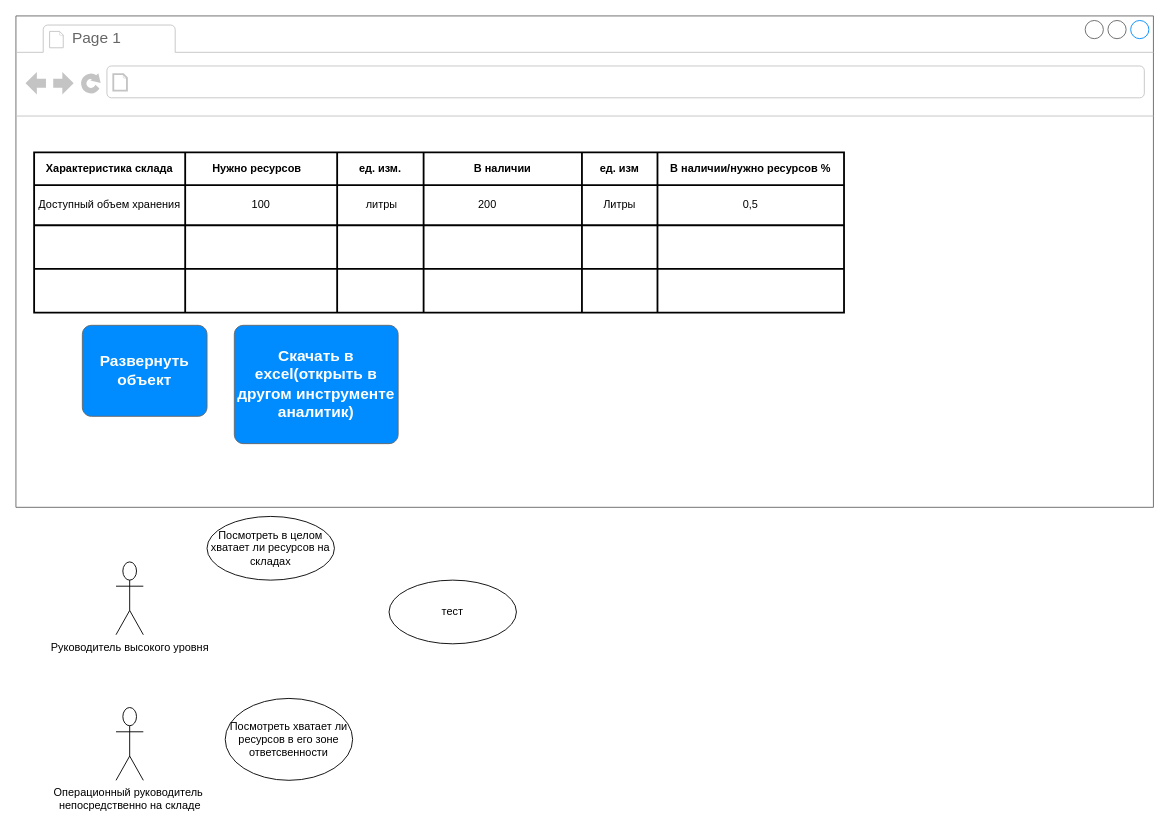
Above: Монитор склада.drawio.xml in AntonKoltsov85/Schemes (draw.io), before the change. Source tidied: cells renumbered, new cells numbered last; positions are measured from the earlier drawing's top-left corner, leaving out a move shared by most shapes. Both pictures are drawn from the tidied source at 91%, with x=0, y=0 at pixel (15, 15).
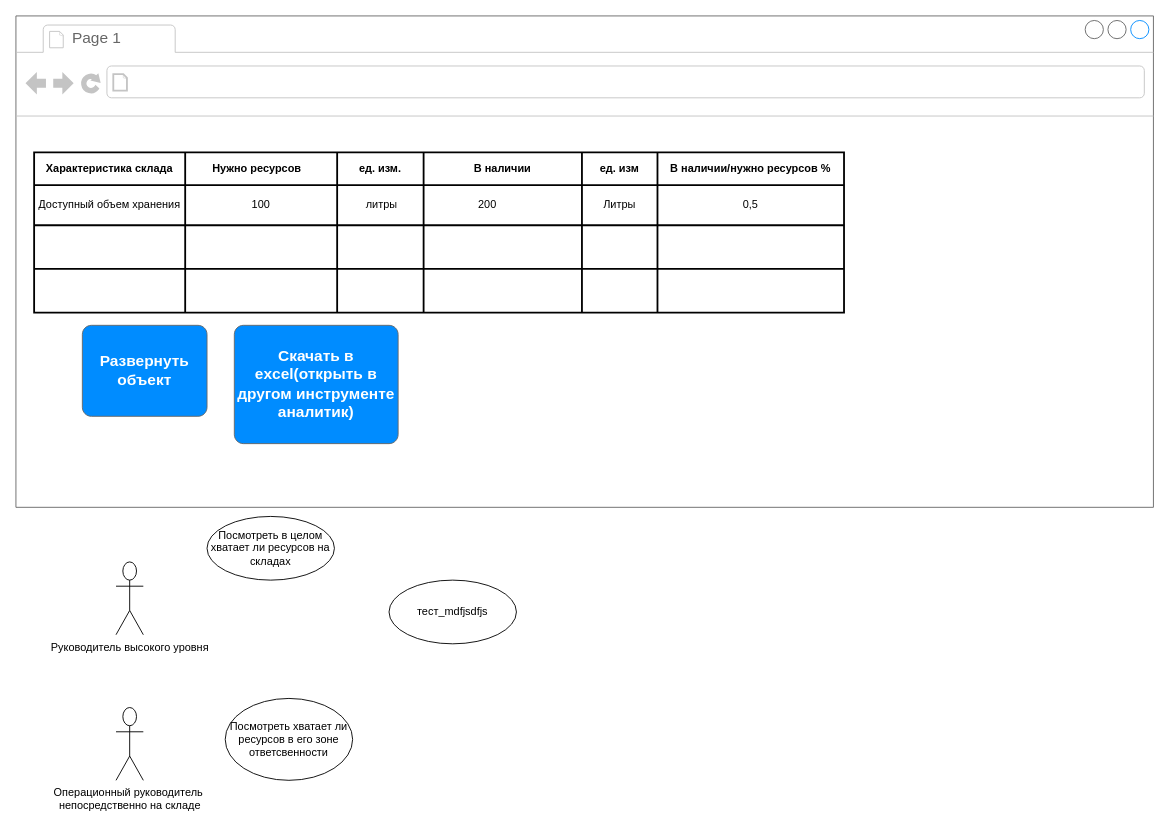
Above is the later version.

What changed in the source:
```diff
@@
-    <mxCell id="40" value="тест" style="ellipse;whiteSpace=wrap;html=1;" parent="1" vertex="1">
+    <mxCell id="40" value="тест_mdfjsdfjs" style="ellipse;whiteSpace=wrap;html=1;" parent="1" vertex="1">
       <mxGeometry x="410" y="620" width="140" height="70" as="geometry" />
     </mxCell>
```
